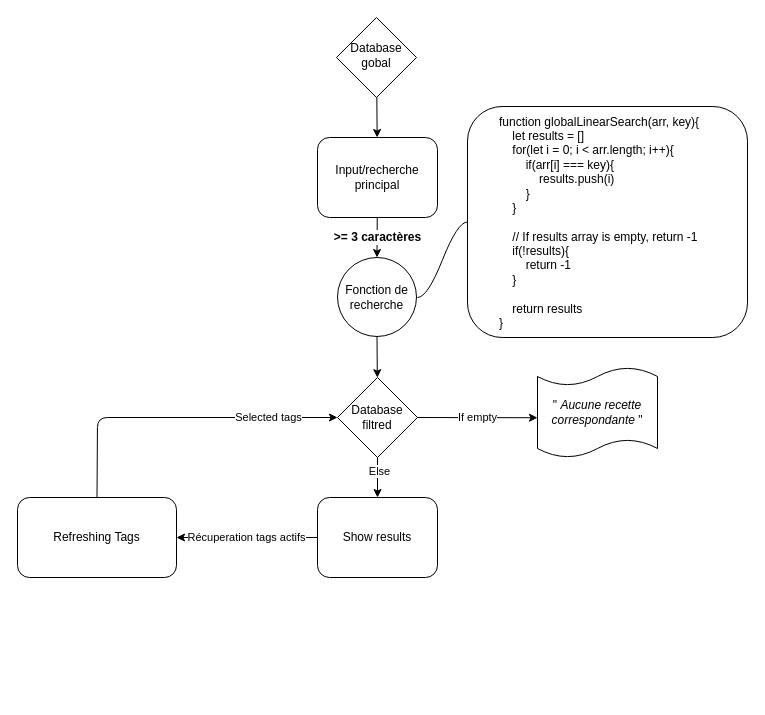
Earlier version of the draw.io diagram page "Page-1" (1 of 2) of P7-P11-Search-Engin.drawio (Cadegan/P11-front-end-search-engine). Source tidied: cells renumbered, new cells numbered last; positions are measured from the earlier drawing's top-left corner, leaving out a move shared by most shapes. Both pictures are drawn from the tidied source at 100%, with x=0, y=0 at pixel (17, 17).
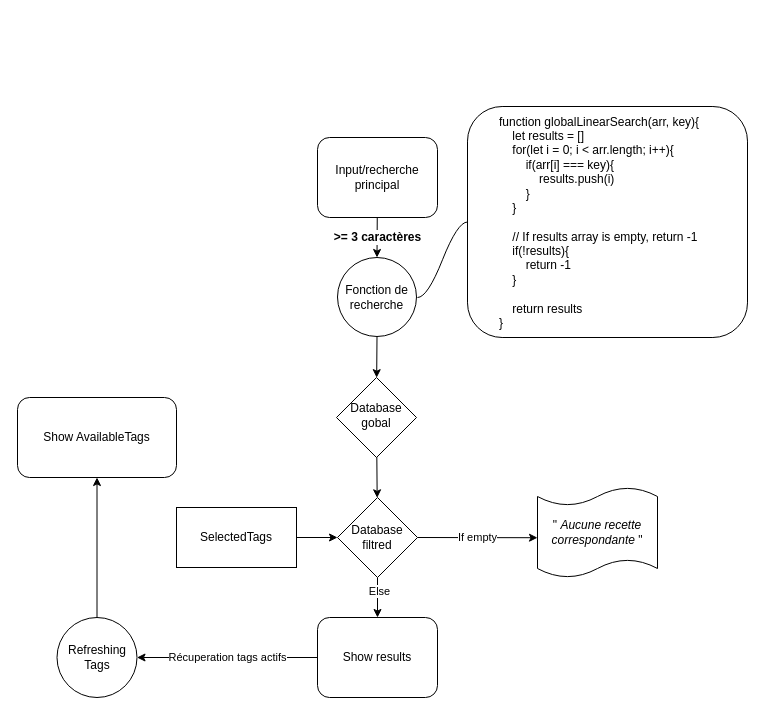
The same page after the edit.

Unchanged cells that the change refers to:
```xml
<mxCell id="3" value="Input/recherche principal" style="rounded=1;whiteSpace=wrap;html=1;fontSize=12;glass=0;strokeWidth=1;shadow=0;" parent="1" vertex="1">
  <mxGeometry x="300" y="120" width="120" height="80" as="geometry" />
</mxCell>
<mxCell id="7" value="Fonction de recherche" style="ellipse;whiteSpace=wrap;html=1;" parent="1" vertex="1">
  <mxGeometry x="320" y="240" width="79" height="79" as="geometry" />
</mxCell>
```

The edit, as a diff of the source:
```diff
@@
-    <mxCell id="4" style="edgeStyle=none;html=1;" parent="1" edge="1" source="5" target="3">
-      <mxGeometry relative="1" as="geometry" />
-    </mxCell>
-    <mxCell id="5" value="Database gobal" style="rhombus;whiteSpace=wrap;html=1;shadow=0;fontFamily=Helvetica;fontSize=12;align=center;strokeWidth=1;spacing=6;spacingTop=-4;" parent="1" vertex="1">
-      <mxGeometry x="319" width="80" height="80" as="geometry" />
-    </mxCell>
-    <mxCell id="6" style="edgeStyle=none;html=1;" parent="1" edge="1" source="7" target="12">
+    <mxCell id="6" style="edgeStyle=none;html=1;startArrow=none;" parent="1" edge="1" source="5" target="12">
       <mxGeometry relative="1" as="geometry" />
     </mxCell>
+    <mxCell id="19" style="edgeStyle=none;html=1;" parent="1" edge="1" source="7" target="5">
+      <mxGeometry relative="1" as="geometry" />
+    </mxCell>
@@
-    <mxCell id="10" value="Récuperation tags actifs" style="edgeStyle=none;html=1;exitX=0;exitY=0.5;exitDx=0;exitDy=0;" parent="1" edge="1" source="13" target="15">
+    <mxCell id="10" value="Récuperation tags actifs" style="edgeStyle=none;html=1;exitX=0;exitY=0.5;exitDx=0;exitDy=0;entryX=1;entryY=0.5;entryDx=0;entryDy=0;" parent="1" edge="1" source="13" target="15">
       <mxGeometry relative="1" as="geometry" />
     </mxCell>
@@
     <mxCell id="12" value="Database filtred" style="rhombus;whiteSpace=wrap;html=1;" parent="1" vertex="1">
-      <mxGeometry x="320" y="360" width="80" height="80" as="geometry" />
+      <mxGeometry x="320" y="480" width="80" height="80" as="geometry" />
     </mxCell>
     <mxCell id="13" value="Show results" style="rounded=1;whiteSpace=wrap;html=1;" parent="1" vertex="1">
-      <mxGeometry x="300" y="480" width="120" height="80" as="geometry" />
+      <mxGeometry x="300" y="600" width="120" height="80" as="geometry" />
     </mxCell>
-    <mxCell id="14" value="&lt;div&gt;&lt;span style=&quot;font-size: 11px&quot;&gt;Selected tags&lt;/span&gt;&lt;/div&gt;" style="edgeStyle=none;html=1;exitX=0.5;exitY=0;exitDx=0;exitDy=0;entryX=0;entryY=0.5;entryDx=0;entryDy=0;" parent="1" edge="1" source="15" target="12">
-      <mxGeometry x="0.57" relative="1" as="geometry">
-        <Array as="points">
-          <mxPoint x="80" y="400" />
-        </Array>
-      </mxGeometry>
+    <mxCell id="14" style="edgeStyle=none;html=1;entryX=0;entryY=0.5;entryDx=0;entryDy=0;exitX=1;exitY=0.5;exitDx=0;exitDy=0;" parent="1" edge="1" source="21" target="12">
+      <mxGeometry relative="1" as="geometry" />
     </mxCell>
-    <mxCell id="15" value="Refreshing Tags" style="rounded=1;whiteSpace=wrap;html=1;" parent="1" vertex="1">
-      <mxGeometry y="480" width="159" height="80" as="geometry" />
-    </mxCell>
+    <mxCell id="20" style="edgeStyle=none;html=1;exitX=0.5;exitY=0;exitDx=0;exitDy=0;" parent="1" edge="1" source="15" target="22">
+      <mxGeometry relative="1" as="geometry" />
+    </mxCell>
     <mxCell id="16" value="&lt;span&gt;&quot;&amp;nbsp;&lt;/span&gt;&lt;i&gt;Aucune recette correspondante&amp;nbsp;&lt;/i&gt;&lt;span&gt;&quot;&lt;/span&gt;" style="shape=tape;whiteSpace=wrap;html=1;size=0.2;" parent="1" vertex="1">
-      <mxGeometry x="520" y="350" width="120" height="90" as="geometry" />
+      <mxGeometry x="520" y="470" width="120" height="90" as="geometry" />
     </mxCell>
@@
+    <mxCell id="5" value="Database gobal" style="rhombus;whiteSpace=wrap;html=1;shadow=0;fontFamily=Helvetica;fontSize=12;align=center;strokeWidth=1;spacing=6;spacingTop=-4;" parent="1" vertex="1">
+      <mxGeometry x="319" y="360" width="80" height="80" as="geometry" />
+    </mxCell>
+    <mxCell id="21" value="SelectedTags" style="rounded=0;whiteSpace=wrap;html=1;" parent="1" vertex="1">
+      <mxGeometry x="159" y="490" width="120" height="60" as="geometry" />
+    </mxCell>
+    <mxCell id="22" value="Show AvailableTags" style="rounded=1;whiteSpace=wrap;html=1;" parent="1" vertex="1">
+      <mxGeometry y="380" width="159" height="80" as="geometry" />
+    </mxCell>
+    <mxCell id="15" value="&lt;span&gt;Refreshing Tags&lt;/span&gt;" style="ellipse;whiteSpace=wrap;html=1;" parent="1" vertex="1">
+      <mxGeometry x="39.5" y="600" width="80" height="80" as="geometry" />
+    </mxCell>
```
